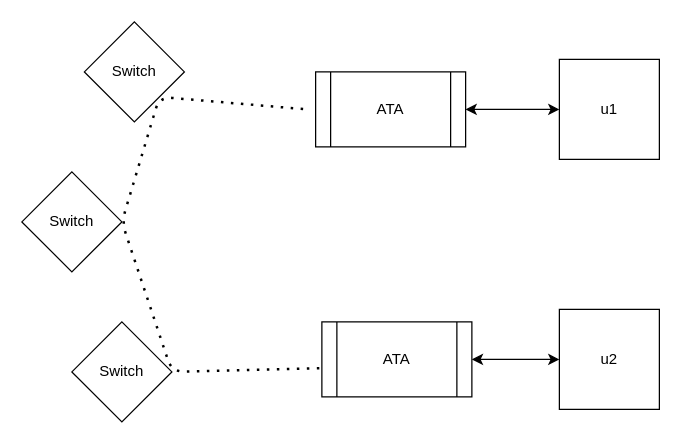
The draw.io diagram PSTN.drawio in HUSKI3/SchoolStuff, before the edit. Source tidied: cells renumbered, new cells numbered last; positions are measured from the earlier drawing's top-left corner, leaving out a move shared by most shapes. Both pictures are drawn from the tidied source at 125%, with x=0, y=0 at pixel (21, 21).
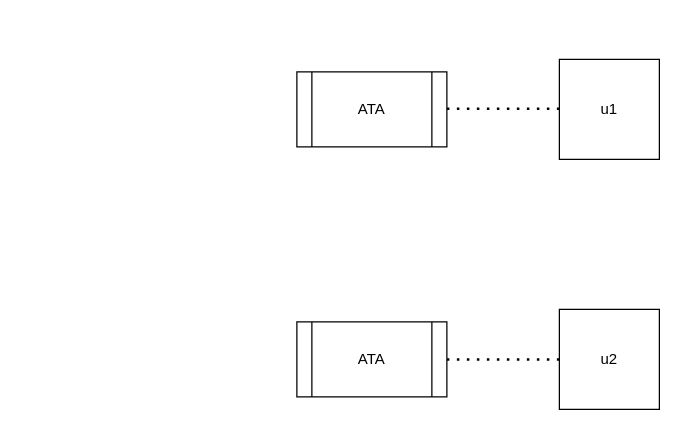
After the change.

Diff of the diagram source:
```diff
@@
 <mxGraphModel>
   <root>
     <mxCell id="0" />
     <mxCell id="1" parent="0" />
     <mxCell id="2" value="u1" style="whiteSpace=wrap;html=1;" parent="1" vertex="1">
       <mxGeometry x="430" y="30" width="80" height="80" as="geometry" />
     </mxCell>
     <mxCell id="3" value="u2" style="whiteSpace=wrap;html=1;" parent="1" vertex="1">
       <mxGeometry x="430" y="230" width="80" height="80" as="geometry" />
     </mxCell>
-    <mxCell id="4" value="ATA" style="shape=process;whiteSpace=wrap;html=1;backgroundOutline=1;" parent="1" vertex="1">
-      <mxGeometry x="235" y="40" width="120" height="60" as="geometry" />
-    </mxCell>
-    <mxCell id="5" value="ATA" style="shape=process;whiteSpace=wrap;html=1;backgroundOutline=1;" parent="1" vertex="1">
-      <mxGeometry x="240" y="240" width="120" height="60" as="geometry" />
-    </mxCell>
-    <mxCell id="6" style="endArrow=none;dashed=1;html=1;dashPattern=1 3;strokeWidth=2;entryX=-0.058;entryY=0.5;entryDx=0;entryDy=0;entryPerimeter=0;exitX=-0.017;exitY=0.617;exitDx=0;exitDy=0;exitPerimeter=0;" parent="1" edge="1" source="5" target="4">
-      <mxGeometry relative="1" as="geometry">
-        <Array as="points">
-          <mxPoint x="120" y="280" />
-          <mxPoint x="80" y="160" />
-          <mxPoint x="110" y="60" />
-        </Array>
-      </mxGeometry>
-    </mxCell>
-    <mxCell id="7" value="Switch" style="rhombus;whiteSpace=wrap;html=1;" parent="1" vertex="1">
-      <mxGeometry y="120" width="80" height="80" as="geometry" />
-    </mxCell>
-    <mxCell id="8" value="Switch" style="rhombus;whiteSpace=wrap;html=1;" parent="1" vertex="1">
-      <mxGeometry x="40" y="240" width="80" height="80" as="geometry" />
-    </mxCell>
-    <mxCell id="9" value="Switch" style="rhombus;whiteSpace=wrap;html=1;" parent="1" vertex="1">
-      <mxGeometry x="50" width="80" height="80" as="geometry" />
-    </mxCell>
-    <mxCell id="10" style="endArrow=classic;startArrow=classic;html=1;entryX=0;entryY=0.5;entryDx=0;entryDy=0;exitX=1;exitY=0.5;exitDx=0;exitDy=0;" parent="1" edge="1" source="4" target="2">
-      <mxGeometry relative="1" as="geometry" />
-    </mxCell>
-    <mxCell id="11" style="endArrow=classic;startArrow=classic;html=1;entryX=0;entryY=0.5;entryDx=0;entryDy=0;exitX=1;exitY=0.5;exitDx=0;exitDy=0;" parent="1" edge="1" source="5" target="3">
-      <mxGeometry relative="1" as="geometry" />
-    </mxCell>
+    <mxCell id="12" style="endArrow=none;dashed=1;html=1;dashPattern=1 3;strokeWidth=2;entryX=0;entryY=0.5;entryDx=0;entryDy=0;" parent="1" edge="1" target="3">
+      <mxGeometry relative="1" as="geometry">
+        <mxPoint x="340" y="270" as="sourcePoint" />
+      </mxGeometry>
+    </mxCell>
+    <mxCell id="13" style="endArrow=none;dashed=1;html=1;dashPattern=1 3;strokeWidth=2;entryX=0;entryY=0.5;entryDx=0;entryDy=0;" parent="1" edge="1">
+      <mxGeometry relative="1" as="geometry">
+        <mxPoint x="340" y="69.5" as="sourcePoint" />
+        <mxPoint x="430" y="69.5" as="targetPoint" />
+      </mxGeometry>
+    </mxCell>
+    <mxCell id="14" value="ATA" style="shape=process;whiteSpace=wrap;html=1;backgroundOutline=1;" parent="1" vertex="1">
+      <mxGeometry x="220" y="40" width="120" height="60" as="geometry" />
+    </mxCell>
+    <mxCell id="15" value="ATA" style="shape=process;whiteSpace=wrap;html=1;backgroundOutline=1;" parent="1" vertex="1">
+      <mxGeometry x="220" y="240" width="120" height="60" as="geometry" />
+    </mxCell>
   </root>
 </mxGraphModel>
```
